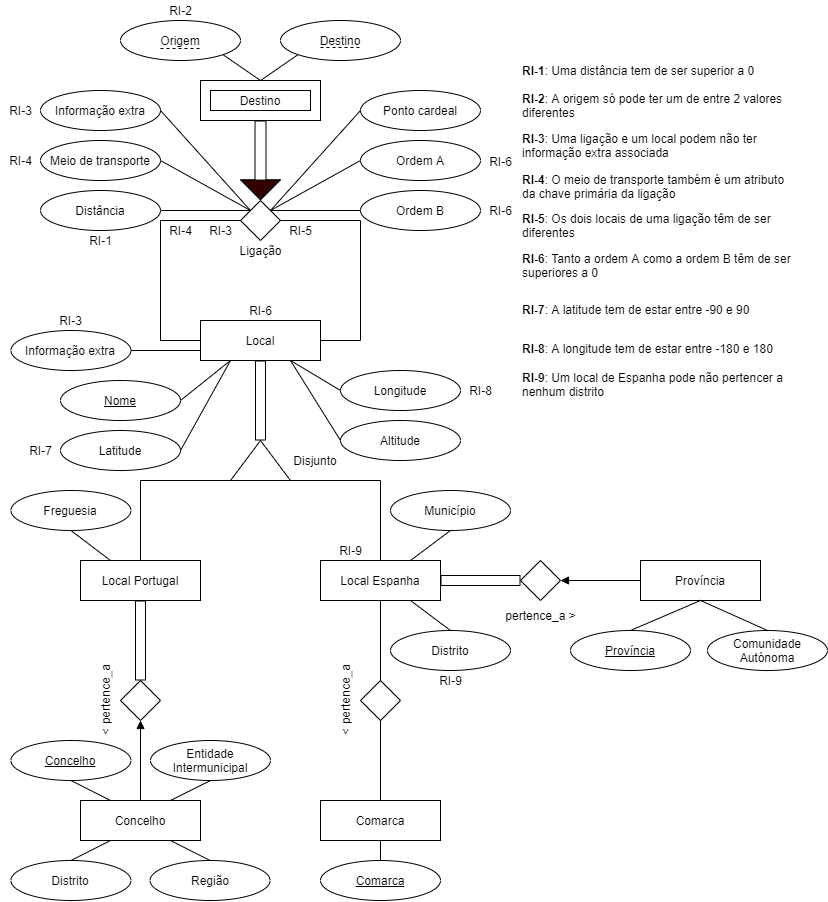
The draw.io diagram src/viajar/base_dados/diagrama_e_a.png in migueldgoncalves/Viajar, before a commit. Source tidied: cells renumbered, new cells last; positions are measured from the earlier drawing's top-left corner, leaving out a move shared by most shapes.
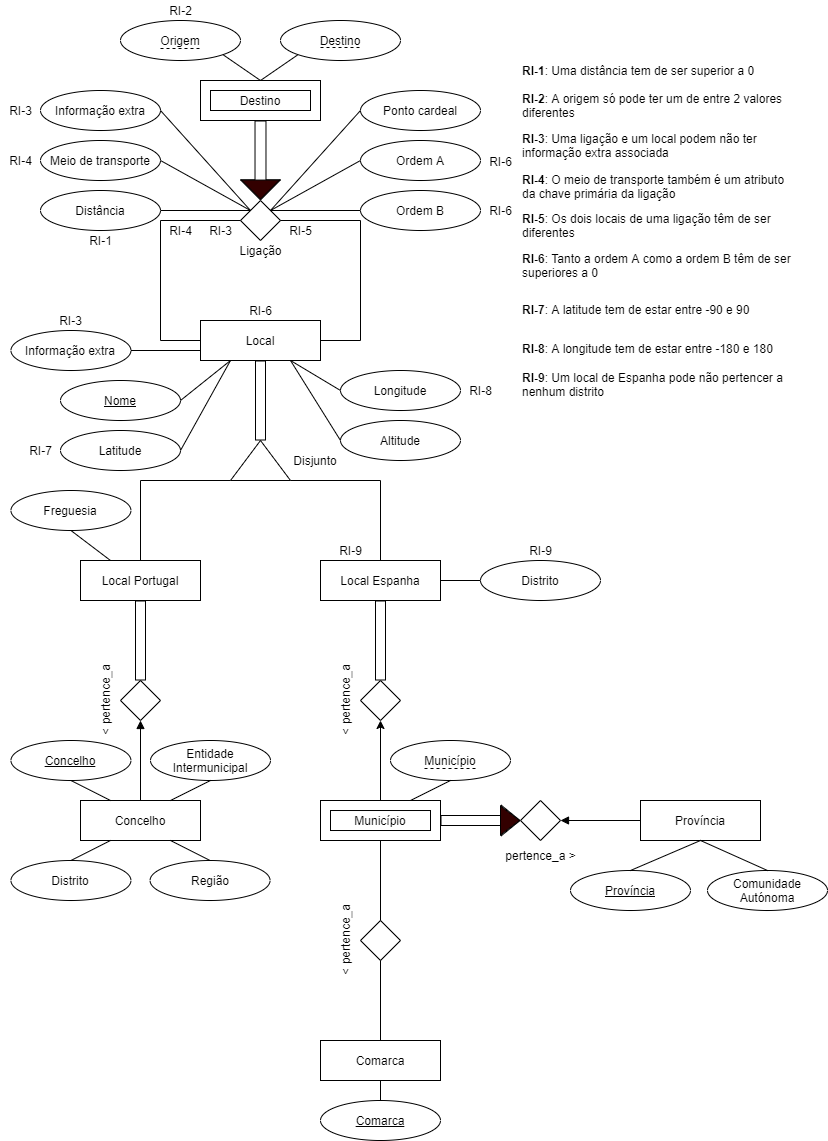
The same file after the commit.

Diff of the diagram source:
```diff
@@ -5,16 +5,22 @@
     <mxCell id="2" value="Local Portugal" style="rounded=0;whiteSpace=wrap;html=1;" parent="1" vertex="1">
       <mxGeometry x="80" y="560" width="120" height="40" as="geometry" />
     </mxCell>
+    <mxCell id="111" style="edgeStyle=orthogonalEdgeStyle;rounded=0;jettySize=auto;html=1;exitX=0.5;exitY=1;exitDx=0;exitDy=0;entryX=0.5;entryY=0;entryDx=0;entryDy=0;strokeWidth=1;shape=flexArrow;labelBorderColor=#000000;endArrow=none;endFill=0;" parent="1" edge="1" source="3" target="11">
+      <mxGeometry relative="1" as="geometry" />
+    </mxCell>
     <mxCell id="3" value="Local Espanha" style="rounded=0;whiteSpace=wrap;html=1;" parent="1" vertex="1">
       <mxGeometry x="320" y="560" width="120" height="40" as="geometry" />
     </mxCell>
     <mxCell id="4" value="Província" style="rounded=0;whiteSpace=wrap;html=1;" parent="1" vertex="1">
-      <mxGeometry x="640" y="560" width="120" height="40" as="geometry" />
+      <mxGeometry x="640" y="800" width="120" height="40" as="geometry" />
     </mxCell>
     <mxCell id="5" value="Concelho" style="rounded=0;whiteSpace=wrap;html=1;" parent="1" vertex="1">
       <mxGeometry x="80" y="800" width="120" height="40" as="geometry" />
     </mxCell>
+    <mxCell id="112" style="edgeStyle=none;rounded=1;jumpStyle=none;jettySize=auto;html=1;exitX=0.75;exitY=0;exitDx=0;exitDy=0;entryX=0.5;entryY=1;entryDx=0;entryDy=0;endArrow=none;endFill=0;" parent="1" edge="1" source="6" target="119">
+      <mxGeometry relative="1" as="geometry" />
+    </mxCell>
-    <mxCell id="6" value="Comarca" style="rounded=0;whiteSpace=wrap;html=1;" parent="1" vertex="1">
+    <mxCell id="6" value="Município" style="rounded=0;whiteSpace=wrap;html=1;" parent="1" vertex="1">
       <mxGeometry x="320" y="800" width="120" height="40" as="geometry" />
     </mxCell>
     <mxCell id="7" style="edgeStyle=orthogonalEdgeStyle;rounded=0;jettySize=auto;html=1;exitX=0;exitY=0.75;exitDx=0;exitDy=0;entryX=1;entryY=0.5;entryDx=0;entryDy=0;endArrow=none;endFill=0;" parent="1" edge="1" source="8" target="102">
@@ -32,8 +38,8 @@
     <mxCell id="11" style="rhombus;whiteSpace=wrap;html=1;" parent="1" vertex="1">
       <mxGeometry x="360" y="680" width="40" height="40" as="geometry" />
     </mxCell>
-    <mxCell id="12" style="rhombus;whiteSpace=wrap;html=1;" parent="1" vertex="1">
-      <mxGeometry x="520" y="560" width="40" height="40" as="geometry" />
+    <mxCell id="12" style="rhombus;whiteSpace=wrap;html=1;perimeterSpacing=0;shadow=0;sketch=0;" parent="1" vertex="1">
+      <mxGeometry x="520" y="800" width="40" height="40" as="geometry" />
     </mxCell>
     <mxCell id="13" style="rhombus;whiteSpace=wrap;html=1;" parent="1" vertex="1">
       <mxGeometry x="120" y="680" width="40" height="40" as="geometry" />
@@ -116,14 +122,13 @@
     <mxCell id="31" style="endArrow=none;html=1;exitX=0.5;exitY=1;exitDx=0;exitDy=0;entryX=0.5;entryY=0;entryDx=0;entryDy=0;startArrow=block;startFill=1;" parent="1" edge="1" source="13" target="5">
       <mxGeometry relative="1" as="geometry" />
     </mxCell>
-    <mxCell id="32" style="endArrow=none;html=1;entryX=0.5;entryY=1;entryDx=0;entryDy=0;exitX=0.5;exitY=0;exitDx=0;exitDy=0;" parent="1" edge="1" source="11" target="3">
-      <mxGeometry relative="1" as="geometry" />
-    </mxCell>
-    <mxCell id="33" style="endArrow=none;html=1;exitX=0.5;exitY=1;exitDx=0;exitDy=0;entryX=0.5;entryY=0;entryDx=0;entryDy=0;" parent="1" edge="1" source="11" target="6">
+    <mxCell id="33" style="endArrow=none;html=1;exitX=0.5;exitY=1;exitDx=0;exitDy=0;entryX=0.5;entryY=0;entryDx=0;entryDy=0;startArrow=classic;startFill=1;" parent="1" edge="1" source="11" target="6">
       <mxGeometry relative="1" as="geometry" />
     </mxCell>
-    <mxCell id="34" style="endArrow=none;html=1;exitX=1;exitY=0.5;exitDx=0;exitDy=0;entryX=0;entryY=0.5;entryDx=0;entryDy=0;shape=flexArrow;" parent="1" edge="1" source="3" target="12">
-      <mxGeometry relative="1" as="geometry" />
+    <mxCell id="34" style="endArrow=block;html=1;exitX=1;exitY=0.5;exitDx=0;exitDy=0;entryX=0;entryY=0.5;entryDx=0;entryDy=0;shape=flexArrow;" parent="1" edge="1" target="12">
+      <mxGeometry relative="1" as="geometry">
+        <mxPoint x="440" y="820" as="sourcePoint" />
+      </mxGeometry>
     </mxCell>
     <mxCell id="35" style="endArrow=none;html=1;exitX=1;exitY=0.5;exitDx=0;exitDy=0;entryX=0;entryY=0.5;entryDx=0;entryDy=0;startArrow=block;startFill=1;" parent="1" edge="1" source="12" target="4">
       <mxGeometry relative="1" as="geometry" />
@@ -135,7 +140,7 @@
       <mxGeometry x="300" y="690" width="90" height="20" as="geometry" />
     </mxCell>
     <mxCell id="38" value="pertence_a &amp;gt;" style="text;html=1;align=center;verticalAlign=middle;" parent="1" vertex="1">
-      <mxGeometry x="495" y="605" width="90" height="20" as="geometry" />
+      <mxGeometry x="495" y="845" width="90" height="20" as="geometry" />
     </mxCell>
     <mxCell id="39" value="Ligação" style="text;html=1;align=center;verticalAlign=middle;" parent="1" vertex="1">
       <mxGeometry x="230" y="240" width="60" height="20" as="geometry" />
@@ -158,23 +163,20 @@
     <mxCell id="45" value="Longitude" style="ellipse;whiteSpace=wrap;html=1;fillColor=none;" parent="1" vertex="1">
       <mxGeometry x="340" y="370" width="120" height="40" as="geometry" />
     </mxCell>
-    <mxCell id="46" value="Município" style="ellipse;whiteSpace=wrap;html=1;fillColor=none;" parent="1" vertex="1">
-      <mxGeometry x="390" y="490" width="120" height="40" as="geometry" />
+    <mxCell id="46" value="Distrito" style="ellipse;whiteSpace=wrap;html=1;fillColor=none;" parent="1" vertex="1">
+      <mxGeometry x="480" y="560" width="120" height="40" as="geometry" />
     </mxCell>
     <mxCell id="47" value="Freguesia" style="ellipse;whiteSpace=wrap;html=1;fillColor=none;" parent="1" vertex="1">
       <mxGeometry x="10.4" y="490" width="120" height="40" as="geometry" />
     </mxCell>
     <mxCell id="48" value="Província" style="ellipse;whiteSpace=wrap;html=1;fillColor=none;fontStyle=4;" parent="1" vertex="1">
-      <mxGeometry x="570" y="630" width="120" height="40" as="geometry" />
+      <mxGeometry x="570" y="870" width="120" height="40" as="geometry" />
     </mxCell>
-    <mxCell id="49" value="Distrito" style="ellipse;whiteSpace=wrap;html=1;fillColor=none;" parent="1" vertex="1">
-      <mxGeometry x="390" y="630" width="120" height="40" as="geometry" />
-    </mxCell>
     <mxCell id="50" value="Concelho" style="ellipse;whiteSpace=wrap;html=1;fillColor=none;fontStyle=4;" parent="1" vertex="1">
       <mxGeometry x="10.4" y="740" width="120" height="40" as="geometry" />
     </mxCell>
     <mxCell id="51" value="Comunidade Autónoma" style="ellipse;whiteSpace=wrap;html=1;fillColor=none;" parent="1" vertex="1">
-      <mxGeometry x="707" y="630" width="120" height="40" as="geometry" />
+      <mxGeometry x="707" y="870" width="120" height="40" as="geometry" />
     </mxCell>
     <mxCell id="52" value="Entidade Intermunicipal" style="ellipse;whiteSpace=wrap;html=1;fillColor=none;" parent="1" vertex="1">
       <mxGeometry x="150" y="740" width="120" height="40" as="geometry" />
@@ -182,9 +184,6 @@
     <mxCell id="53" value="Distrito" style="ellipse;whiteSpace=wrap;html=1;fillColor=none;" parent="1" vertex="1">
       <mxGeometry x="10.4" y="860" width="120" height="40" as="geometry" />
     </mxCell>
-    <mxCell id="54" value="Comarca" style="ellipse;whiteSpace=wrap;html=1;fillColor=none;fontStyle=4;" parent="1" vertex="1">
-      <mxGeometry x="320" y="860" width="120" height="40" as="geometry" />
-    </mxCell>
     <mxCell id="55" value="Região" style="ellipse;whiteSpace=wrap;html=1;fillColor=none;" parent="1" vertex="1">
       <mxGeometry x="149.6" y="860" width="120" height="40" as="geometry" />
     </mxCell>
@@ -233,13 +232,10 @@
     <mxCell id="70" style="endArrow=none;html=1;entryX=0.25;entryY=0;entryDx=0;entryDy=0;exitX=0.5;exitY=1;exitDx=0;exitDy=0;" parent="1" edge="1" source="47" target="2">
       <mxGeometry relative="1" as="geometry" />
     </mxCell>
-    <mxCell id="71" style="endArrow=none;html=1;entryX=0.75;entryY=0;entryDx=0;entryDy=0;exitX=0.5;exitY=1;exitDx=0;exitDy=0;" parent="1" edge="1" source="46" target="3">
+    <mxCell id="71" style="endArrow=none;html=1;entryX=1;entryY=0.5;entryDx=0;entryDy=0;exitX=0;exitY=0.5;exitDx=0;exitDy=0;" parent="1" edge="1" source="46" target="3">
       <mxGeometry relative="1" as="geometry" />
     </mxCell>
-    <mxCell id="72" style="endArrow=none;html=1;entryX=0.75;entryY=1;entryDx=0;entryDy=0;exitX=0.5;exitY=0;exitDx=0;exitDy=0;" parent="1" edge="1" source="49" target="3">
-      <mxGeometry relative="1" as="geometry" />
-    </mxCell>
-    <mxCell id="73" style="endArrow=none;html=1;entryX=0.5;entryY=1;entryDx=0;entryDy=0;exitX=0.5;exitY=0;exitDx=0;exitDy=0;" parent="1" edge="1" source="48" target="4">
+    <mxCell id="73" style="endArrow=none;html=1;entryX=0.5;entryY=1;entryDx=0;entryDy=0;exitX=0.5;exitY=0;exitDx=0;exitDy=0;rounded=1;" parent="1" edge="1" source="48" target="4">
       <mxGeometry relative="1" as="geometry" />
     </mxCell>
     <mxCell id="74" style="endArrow=none;html=1;entryX=0.5;entryY=1;entryDx=0;entryDy=0;exitX=0.5;exitY=0;exitDx=0;exitDy=0;" parent="1" edge="1" source="51" target="4">
@@ -257,9 +253,6 @@
     <mxCell id="78" style="endArrow=none;html=1;entryX=0.75;entryY=1;entryDx=0;entryDy=0;exitX=0.5;exitY=0;exitDx=0;exitDy=0;" parent="1" edge="1" source="55" target="5">
       <mxGeometry relative="1" as="geometry" />
     </mxCell>
-    <mxCell id="79" style="endArrow=none;html=1;entryX=0.5;entryY=1;entryDx=0;entryDy=0;exitX=0.5;exitY=0;exitDx=0;exitDy=0;" parent="1" edge="1" source="54" target="6">
-      <mxGeometry relative="1" as="geometry" />
-    </mxCell>
     <mxCell id="80" style="endArrow=none;dashed=1;html=1;fontStyle=4;" parent="1" edge="1">
       <mxGeometry relative="1" as="geometry">
         <mxPoint x="160" y="48" as="sourcePoint" />
@@ -309,7 +302,7 @@
       <mxGeometry x="520" y="369" width="280" height="30" as="geometry" />
     </mxCell>
     <mxCell id="94" value="RI-9" style="text;html=1;align=center;verticalAlign=middle;" parent="1" vertex="1">
-      <mxGeometry x="430" y="670" width="40" height="20" as="geometry" />
+      <mxGeometry x="520" y="540" width="40" height="20" as="geometry" />
     </mxCell>
     <mxCell id="95" value="RI-9" style="text;html=1;align=center;verticalAlign=middle;" parent="1" vertex="1">
       <mxGeometry x="330" y="540" width="40" height="20" as="geometry" />
@@ -359,5 +352,45 @@
     <mxCell id="110" value="RI-6" style="text;html=1;align=center;verticalAlign=middle;" parent="1" vertex="1">
       <mxGeometry x="480" y="200" width="40" height="20" as="geometry" />
     </mxCell>
+    <mxCell id="113" value="Comarca" style="rounded=0;whiteSpace=wrap;html=1;" parent="1" vertex="1">
+      <mxGeometry x="320" y="1040" width="120" height="40" as="geometry" />
+    </mxCell>
+    <mxCell id="54" value="Comarca" style="ellipse;whiteSpace=wrap;html=1;fillColor=none;fontStyle=4;" parent="1" vertex="1">
+      <mxGeometry x="320" y="1100" width="120" height="40" as="geometry" />
+    </mxCell>
+    <mxCell id="114" style="endArrow=none;html=1;entryX=0.5;entryY=1;entryDx=0;entryDy=0;exitX=0.5;exitY=0;exitDx=0;exitDy=0;" parent="1" edge="1" source="54" target="113">
+      <mxGeometry relative="1" as="geometry" />
+    </mxCell>
+    <mxCell id="115" style="rhombus;whiteSpace=wrap;html=1;" parent="1" vertex="1">
+      <mxGeometry x="360" y="920" width="40" height="40" as="geometry" />
+    </mxCell>
+    <mxCell id="116" style="endArrow=none;html=1;entryX=0.5;entryY=1;entryDx=0;entryDy=0;exitX=0.5;exitY=0;exitDx=0;exitDy=0;" parent="1" edge="1" source="115">
+      <mxGeometry relative="1" as="geometry">
+        <mxPoint x="380" y="840" as="targetPoint" />
+      </mxGeometry>
+    </mxCell>
+    <mxCell id="117" style="endArrow=none;html=1;exitX=0.5;exitY=1;exitDx=0;exitDy=0;entryX=0.5;entryY=0;entryDx=0;entryDy=0;" parent="1" edge="1" source="115">
+      <mxGeometry relative="1" as="geometry">
+        <mxPoint x="380" y="1040" as="targetPoint" />
+      </mxGeometry>
+    </mxCell>
+    <mxCell id="118" value="&amp;lt; pertence_a" style="text;html=1;align=center;verticalAlign=middle;rotation=-90;" parent="1" vertex="1">
+      <mxGeometry x="300" y="930" width="90" height="20" as="geometry" />
+    </mxCell>
+    <mxCell id="119" value="Município" style="ellipse;whiteSpace=wrap;html=1;fillColor=none;" parent="1" vertex="1">
+      <mxGeometry x="390" y="740" width="120" height="40" as="geometry" />
+    </mxCell>
+    <mxCell id="120" style="triangle;whiteSpace=wrap;html=1;rotation=0;fillColor=#330000;" parent="1" vertex="1">
+      <mxGeometry x="500" y="805.4" width="19.1" height="29.1" as="geometry" />
+    </mxCell>
+    <mxCell id="121" style="rounded=0;whiteSpace=wrap;html=1;fillColor=none;" parent="1" vertex="1">
+      <mxGeometry x="330" y="810" width="100" height="20" as="geometry" />
+    </mxCell>
+    <mxCell id="122" style="endArrow=none;dashed=1;html=1;fontStyle=4;" parent="1" edge="1">
+      <mxGeometry relative="1" as="geometry">
+        <mxPoint x="424" y="768" as="sourcePoint" />
+        <mxPoint x="475" y="768" as="targetPoint" />
+      </mxGeometry>
+    </mxCell>
   </root>
 </mxGraphModel>
```
